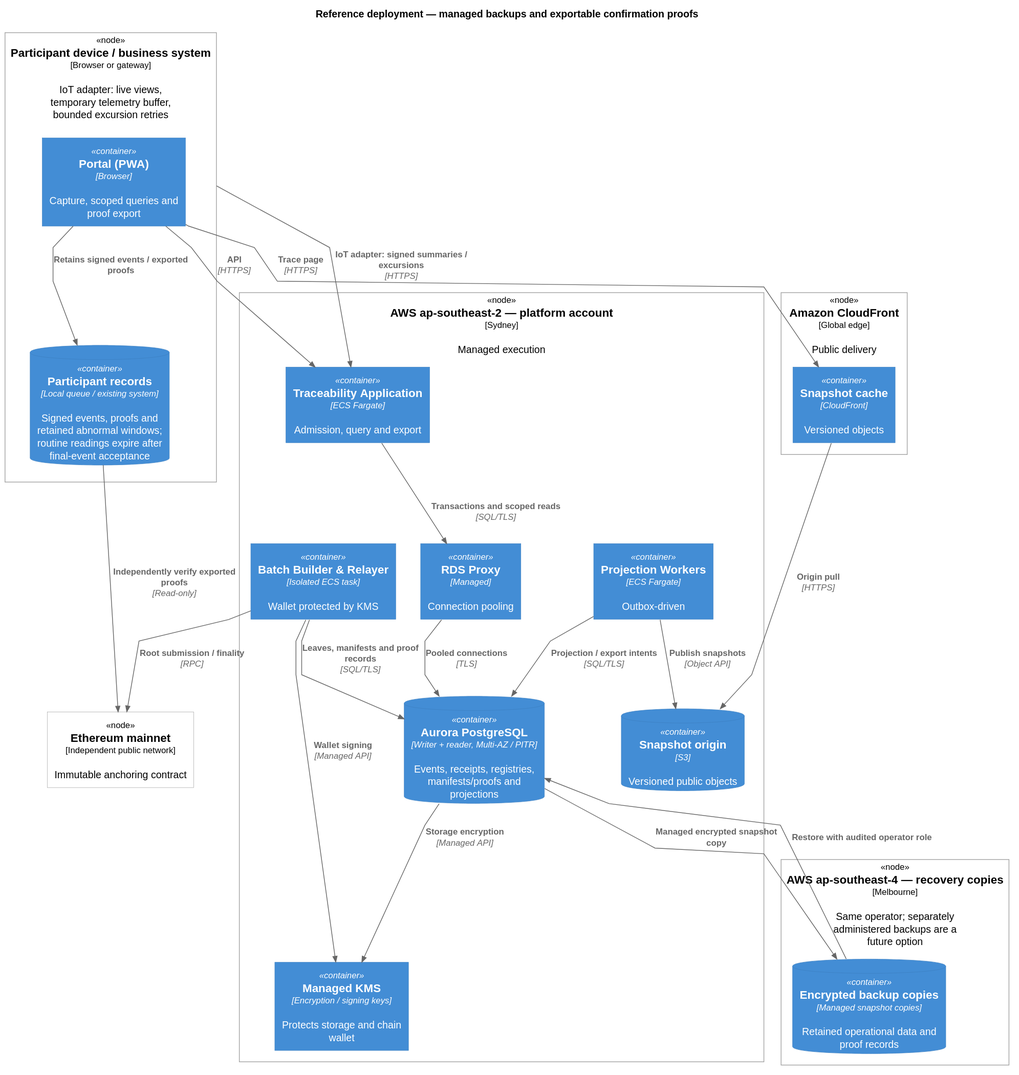
This is docs/public/diagrams/c4-reference-deployment.svg from kuangshen04/48433assignment, a PlantUML export, as it was before one commit.
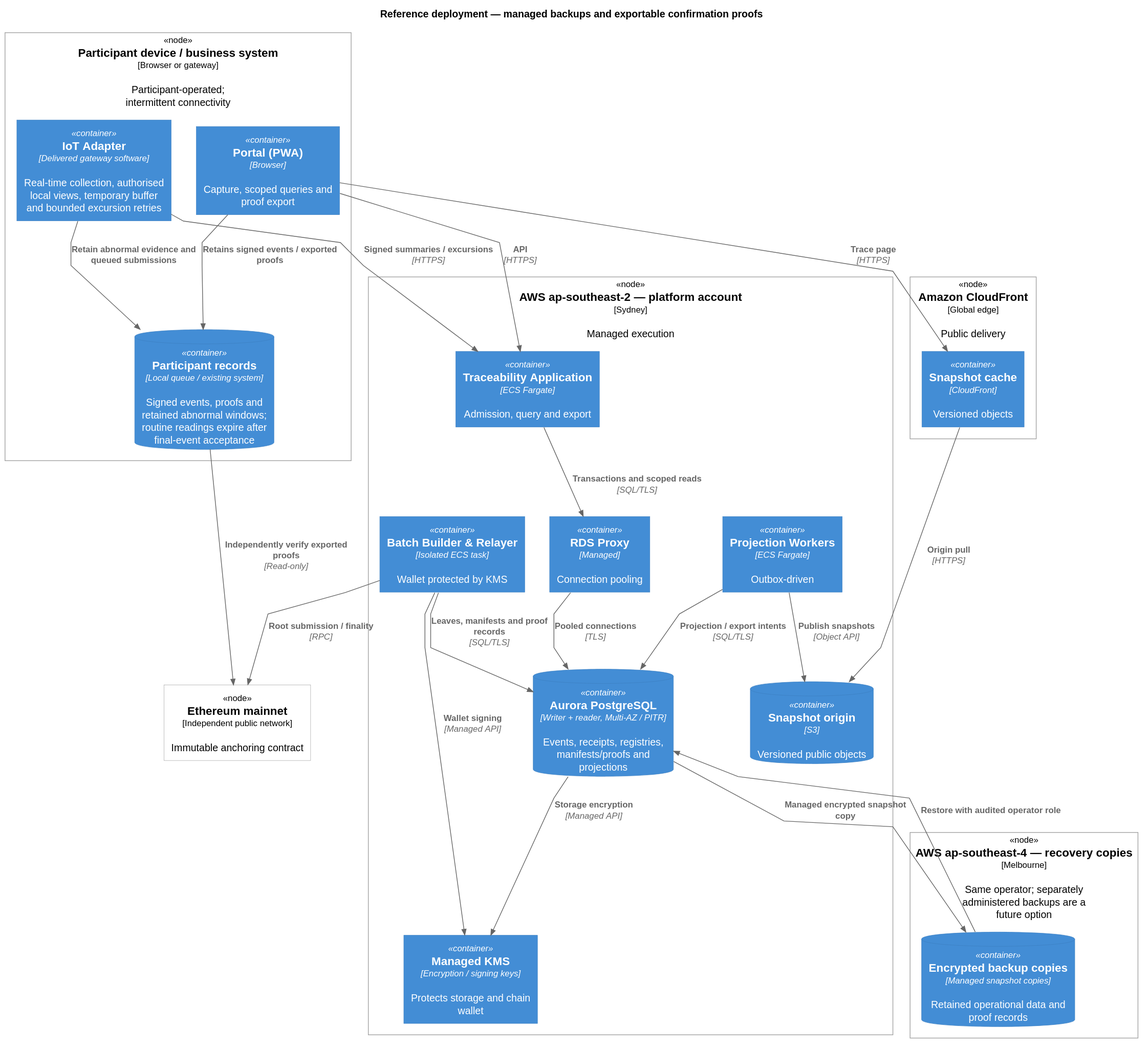
After the change.

Change to the diagram source:
```diff
@@ -4,7 +4,8 @@
 
 title Reference deployment — managed backups and exportable confirmation proofs
 
-Deployment_Node(device, "Participant device / business system", "Browser or gateway", "IoT adapter: live views, temporary telemetry buffer, bounded excursion retries") {
+Deployment_Node(device, "Participant device / business system", "Browser or gateway", "Participant-operated; intermittent connectivity") {
+  Container(iot, "IoT Adapter", "Delivered gateway software", "Real-time collection, authorised local views, temporary buffer and bounded excursion retries")
   Container(pwa, "Portal (PWA)", "Browser", "Capture, scoped queries and proof export")
   ContainerDb(local, "Participant records", "Local queue / existing system", "Signed events, proofs and retained abnormal windows; routine readings expire after final-event acceptance")
 }
@@ -26,7 +27,8 @@
 Deployment_Node(chainNet, "Ethereum mainnet", "Independent public network", "Immutable anchoring contract")
 Rel(pwa, local, "Retains signed events / exported proofs")
 Rel(pwa, app, "API", "HTTPS")
-Rel(device, app, "IoT adapter: signed summaries / excursions", "HTTPS")
+Rel(iot, app, "Signed summaries / excursions", "HTTPS")
+Rel(iot, local, "Retain abnormal evidence and queued submissions")
 Rel(app, proxy, "Transactions and scoped reads", "SQL/TLS")
 Rel(proxy, db, "Pooled connections", "TLS")
 Rel(workers, db, "Projection / export intents", "SQL/TLS")
```
